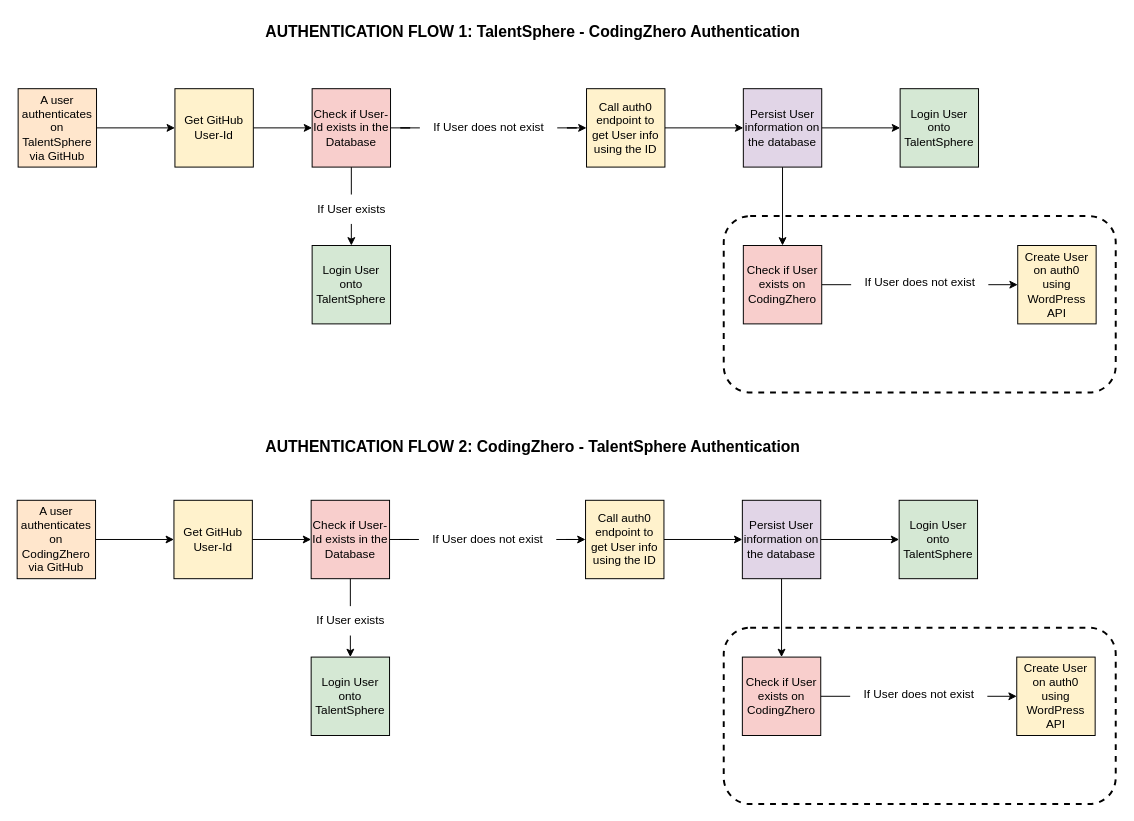
Earlier version of the draw.io diagram TalentSphere-CodingZhero auth0 flow.drawio (Ireoluwatomide/diagrams.net). Source tidied: cells renumbered, new cells numbered last; positions are measured from the earlier drawing's top-left corner, leaving out a move shared by most shapes. Both pictures are drawn from the tidied source at 98%, with x=0, y=0 at pixel (17, 17).
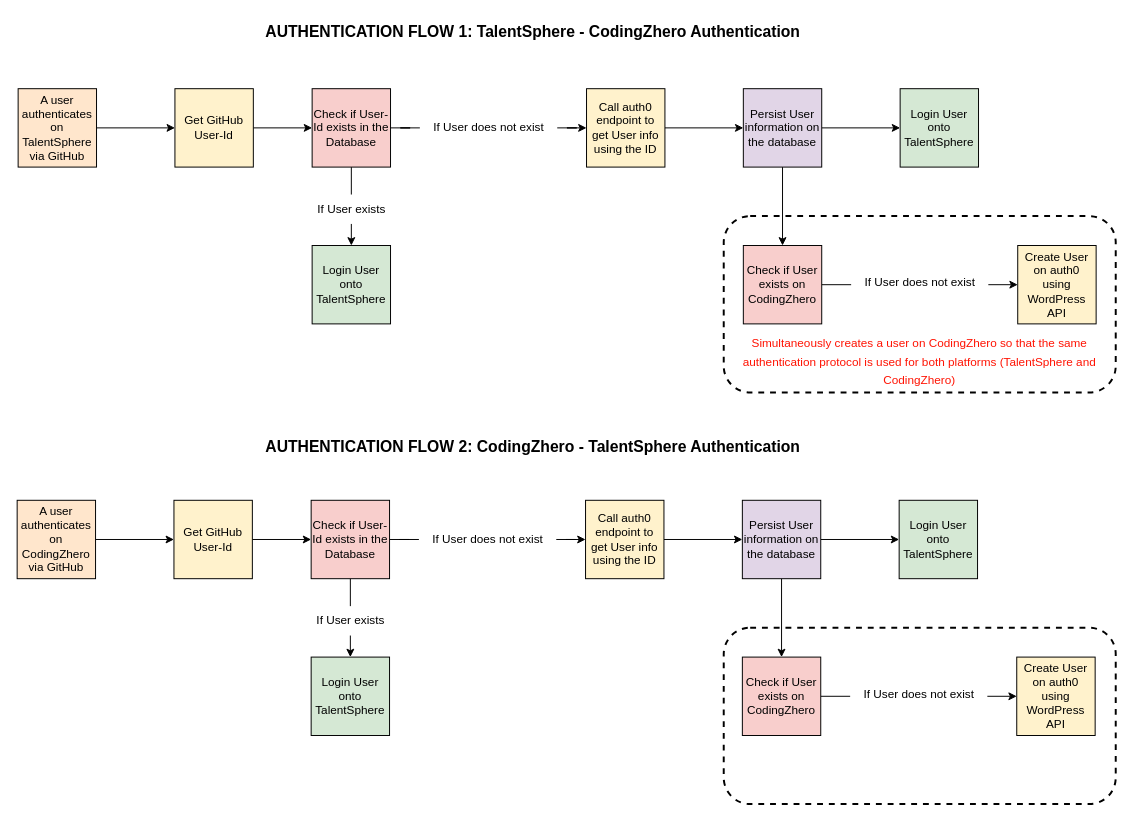
Above is the later version.

Commit message:
Update TalentSphere-CodingZhero auth0 flow

What changed in the source:
```diff
@@
+    <mxCell id="48" value="&lt;font color=&quot;#ff1303&quot; style=&quot;font-size: 12px;&quot;&gt;Simultaneously creates a user on CodingZhero so that the same authentication protocol is used for both platforms (TalentSphere and CodingZhero)&lt;/font&gt;" style="text;html=1;strokeColor=none;fillColor=none;align=center;verticalAlign=middle;whiteSpace=wrap;rounded=0;fontSize=16;" parent="1" vertex="1">
+      <mxGeometry x="736" y="335" width="370" height="30" as="geometry" />
+    </mxCell>
```
